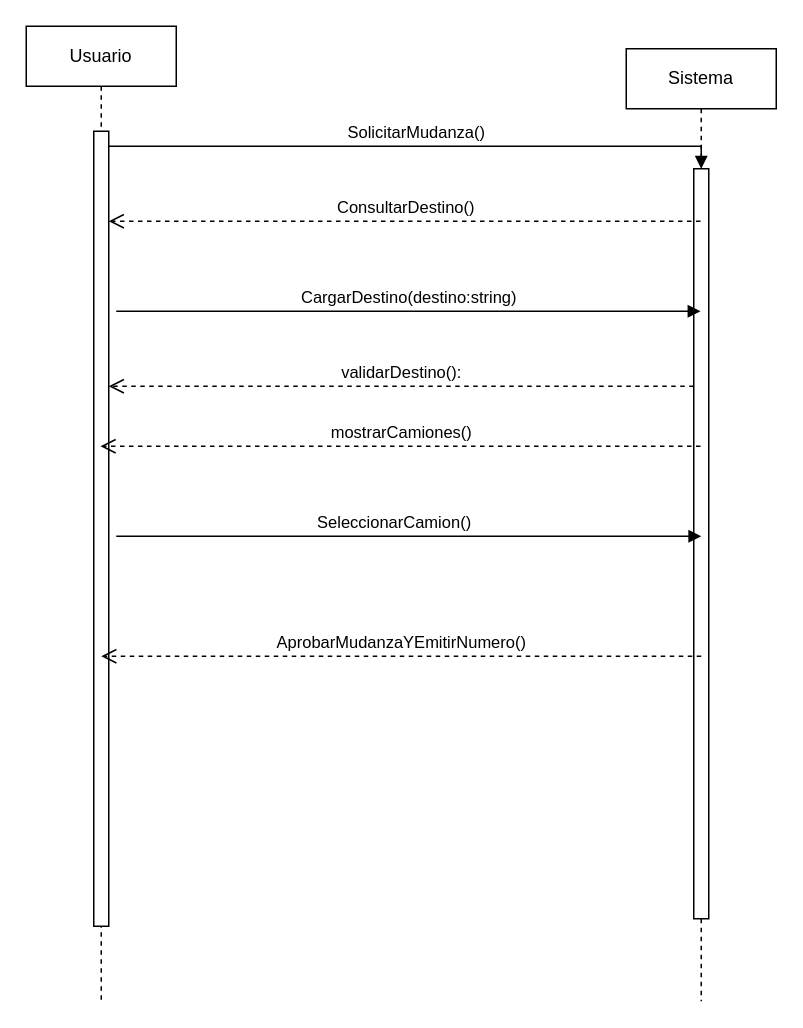
The draw.io diagram DSS Mudanza, Ing Soft.drawio in phoenix1179/BD, before the edit. Source tidied: cells renumbered, new cells numbered last; positions are measured from the earlier drawing's top-left corner, leaving out a move shared by most shapes. Both pictures are drawn from the tidied source at 150%, with x=0, y=0 at pixel (26, 26).
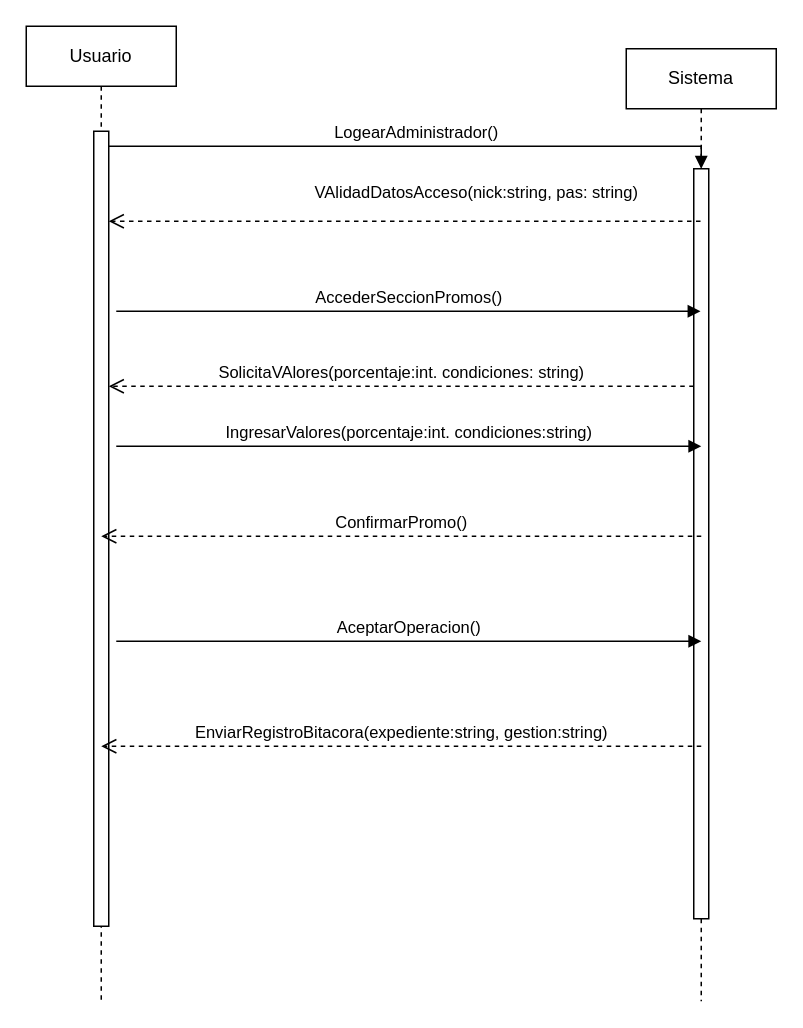
After the change.

Unchanged cells that the change refers to:
```xml
<mxCell id="2" value="Usuario" style="shape=umlLifeline;perimeter=lifelinePerimeter;whiteSpace=wrap;html=1;outlineConnect=0;portConstraint=eastwest;newEdgeStyle={&quot;edgeStyle&quot;:&quot;elbowEdgeStyle&quot;,&quot;elbow&quot;:&quot;vertical&quot;,&quot;curved&quot;:0,&quot;rounded&quot;:0};" parent="1" vertex="1">
  <mxGeometry width="100" height="650" as="geometry" />
</mxCell>
<mxCell id="3" style="html=1;points=[];perimeter=orthogonalPerimeter;outlineConnect=0;targetShapes=umlLifeline;portConstraint=eastwest;newEdgeStyle={&quot;edgeStyle&quot;:&quot;elbowEdgeStyle&quot;,&quot;elbow&quot;:&quot;vertical&quot;,&quot;curved&quot;:0,&quot;rounded&quot;:0};" parent="2" vertex="1">
  <mxGeometry x="45" y="70" width="10" height="530" as="geometry" />
</mxCell>
<mxCell id="4" value="Sistema" style="shape=umlLifeline;perimeter=lifelinePerimeter;whiteSpace=wrap;html=1;outlineConnect=0;portConstraint=eastwest;newEdgeStyle={&quot;edgeStyle&quot;:&quot;elbowEdgeStyle&quot;,&quot;elbow&quot;:&quot;vertical&quot;,&quot;curved&quot;:0,&quot;rounded&quot;:0};" parent="1" vertex="1">
  <mxGeometry x="400" y="15" width="100" height="635" as="geometry" />
</mxCell>
<mxCell id="5" style="html=1;points=[];perimeter=orthogonalPerimeter;outlineConnect=0;targetShapes=umlLifeline;portConstraint=eastwest;newEdgeStyle={&quot;edgeStyle&quot;:&quot;elbowEdgeStyle&quot;,&quot;elbow&quot;:&quot;vertical&quot;,&quot;curved&quot;:0,&quot;rounded&quot;:0};" parent="4" vertex="1">
  <mxGeometry x="45" y="80" width="10" height="500" as="geometry" />
</mxCell>
```

The edit, as a diff of the source:
```diff
@@
-    <mxCell id="6" value="SolicitarMudanza()" style="html=1;verticalAlign=bottom;endArrow=block;edgeStyle=elbowEdgeStyle;elbow=vertical;curved=0;rounded=0;" parent="1" edge="1" source="3" target="5">
+    <mxCell id="6" value="LogearAdministrador()" style="html=1;verticalAlign=bottom;endArrow=block;edgeStyle=elbowEdgeStyle;elbow=vertical;curved=0;rounded=0;" parent="1" edge="1" source="3" target="5">
       <mxGeometry relative="1" as="geometry">
         <Array as="points">
           <mxPoint x="180" y="80" />
         </Array>
       </mxGeometry>
     </mxCell>
-    <mxCell id="7" value="validarDestino():" style="html=1;verticalAlign=bottom;endArrow=open;dashed=1;endSize=8;edgeStyle=elbowEdgeStyle;elbow=vertical;curved=0;rounded=0;" parent="1" edge="1" source="5" target="3">
+    <mxCell id="7" value="SolicitaVAlores(porcentaje:int. condiciones: string)" style="html=1;verticalAlign=bottom;endArrow=open;dashed=1;endSize=8;edgeStyle=elbowEdgeStyle;elbow=vertical;curved=0;rounded=0;" parent="1" edge="1" source="5" target="3">
       <mxGeometry relative="1" as="geometry">
         <Array as="points">
           <mxPoint x="190" y="240" />
         </Array>
       </mxGeometry>
     </mxCell>
-    <mxCell id="8" value="ConsultarDestino()" style="html=1;verticalAlign=bottom;endArrow=open;dashed=1;endSize=8;edgeStyle=elbowEdgeStyle;elbow=vertical;curved=0;rounded=0;" parent="1" edge="1" source="4" target="3">
-      <mxGeometry relative="1" as="geometry">
+    <mxCell id="8" value="VAlidadDatosAcceso(nick:string, pas: string)" style="html=1;verticalAlign=bottom;endArrow=open;dashed=1;endSize=8;edgeStyle=elbowEdgeStyle;elbow=vertical;curved=0;rounded=0;" parent="1" edge="1" source="4" target="3">
+      <mxGeometry x="-0.24" y="-10" relative="1" as="geometry">
         <Array as="points">
           <mxPoint x="195" y="130" />
         </Array>
       </mxGeometry>
     </mxCell>
-    <mxCell id="9" value="CargarDestino(destino:string)" style="html=1;verticalAlign=bottom;endArrow=block;edgeStyle=elbowEdgeStyle;elbow=vertical;curved=0;rounded=0;" parent="1" edge="1" target="4">
+    <mxCell id="9" value="AccederSeccionPromos()" style="html=1;verticalAlign=bottom;endArrow=block;edgeStyle=elbowEdgeStyle;elbow=vertical;curved=0;rounded=0;" parent="1" edge="1" target="4">
       <mxGeometry relative="1" as="geometry">
         <mxPoint x="60" y="190" as="sourcePoint" />
         <Array as="points">
           <mxPoint x="175" y="190" />
         </Array>
       </mxGeometry>
     </mxCell>
-    <mxCell id="10" value="mostrarCamiones()" style="html=1;verticalAlign=bottom;endArrow=open;dashed=1;endSize=8;edgeStyle=elbowEdgeStyle;elbow=vertical;curved=0;rounded=0;" parent="1" edge="1" source="4" target="2">
-      <mxGeometry relative="1" as="geometry">
-        <Array as="points">
-          <mxPoint x="350" y="280" />
-          <mxPoint x="200" y="310" />
-        </Array>
-      </mxGeometry>
-    </mxCell>
-    <mxCell id="11" value="SeleccionarCamion()&lt;span style=&quot;white-space: pre;&quot;&gt;&#9;&lt;/span&gt;" style="html=1;verticalAlign=bottom;endArrow=block;edgeStyle=elbowEdgeStyle;elbow=vertical;curved=0;rounded=0;" parent="1" edge="1">
+    <mxCell id="11" value="IngresarValores(porcentaje:int. condiciones:string)&lt;br&gt;" style="html=1;verticalAlign=bottom;endArrow=block;edgeStyle=elbowEdgeStyle;elbow=vertical;curved=0;rounded=0;" parent="1" edge="1">
       <mxGeometry relative="1" as="geometry">
-        <mxPoint x="60" y="340" as="sourcePoint" />
-        <mxPoint x="450" y="340" as="targetPoint" />
+        <mxPoint x="60" y="280" as="sourcePoint" />
+        <mxPoint x="450" y="280" as="targetPoint" />
         <Array as="points">
-          <mxPoint x="175" y="340" />
+          <mxPoint x="175" y="280" />
         </Array>
       </mxGeometry>
     </mxCell>
-    <mxCell id="12" value="AprobarMudanzaYEmitirNumero()" style="html=1;verticalAlign=bottom;endArrow=open;dashed=1;endSize=8;edgeStyle=elbowEdgeStyle;elbow=vertical;curved=0;rounded=0;" parent="1" edge="1">
+    <mxCell id="12" value="ConfirmarPromo()" style="html=1;verticalAlign=bottom;endArrow=open;dashed=1;endSize=8;edgeStyle=elbowEdgeStyle;elbow=vertical;curved=0;rounded=0;" parent="1" edge="1">
       <mxGeometry relative="1" as="geometry">
-        <mxPoint x="450" y="420" as="sourcePoint" />
-        <mxPoint x="50" y="420" as="targetPoint" />
+        <mxPoint x="450" y="340" as="sourcePoint" />
+        <mxPoint x="50" y="340" as="targetPoint" />
         <Array as="points">
-          <mxPoint x="350" y="420" />
-          <mxPoint x="200" y="450" />
+          <mxPoint x="350" y="340" />
+          <mxPoint x="200" y="370" />
         </Array>
       </mxGeometry>
     </mxCell>
+    <mxCell id="13" value="AceptarOperacion()" style="html=1;verticalAlign=bottom;endArrow=block;edgeStyle=elbowEdgeStyle;elbow=vertical;curved=0;rounded=0;" parent="1" edge="1">
+      <mxGeometry relative="1" as="geometry">
+        <mxPoint x="60" y="410" as="sourcePoint" />
+        <mxPoint x="450" y="410" as="targetPoint" />
+        <Array as="points">
+          <mxPoint x="175" y="410" />
+        </Array>
+      </mxGeometry>
+    </mxCell>
+    <mxCell id="14" value="EnviarRegistroBitacora(expediente:string, gestion:string)" style="html=1;verticalAlign=bottom;endArrow=open;dashed=1;endSize=8;edgeStyle=elbowEdgeStyle;elbow=vertical;curved=0;rounded=0;" parent="1" edge="1">
+      <mxGeometry relative="1" as="geometry">
+        <mxPoint x="450" y="480" as="sourcePoint" />
+        <mxPoint x="50" y="480" as="targetPoint" />
+        <Array as="points">
+          <mxPoint x="350" y="480" />
+          <mxPoint x="200" y="510" />
+        </Array>
+      </mxGeometry>
+    </mxCell>
```
